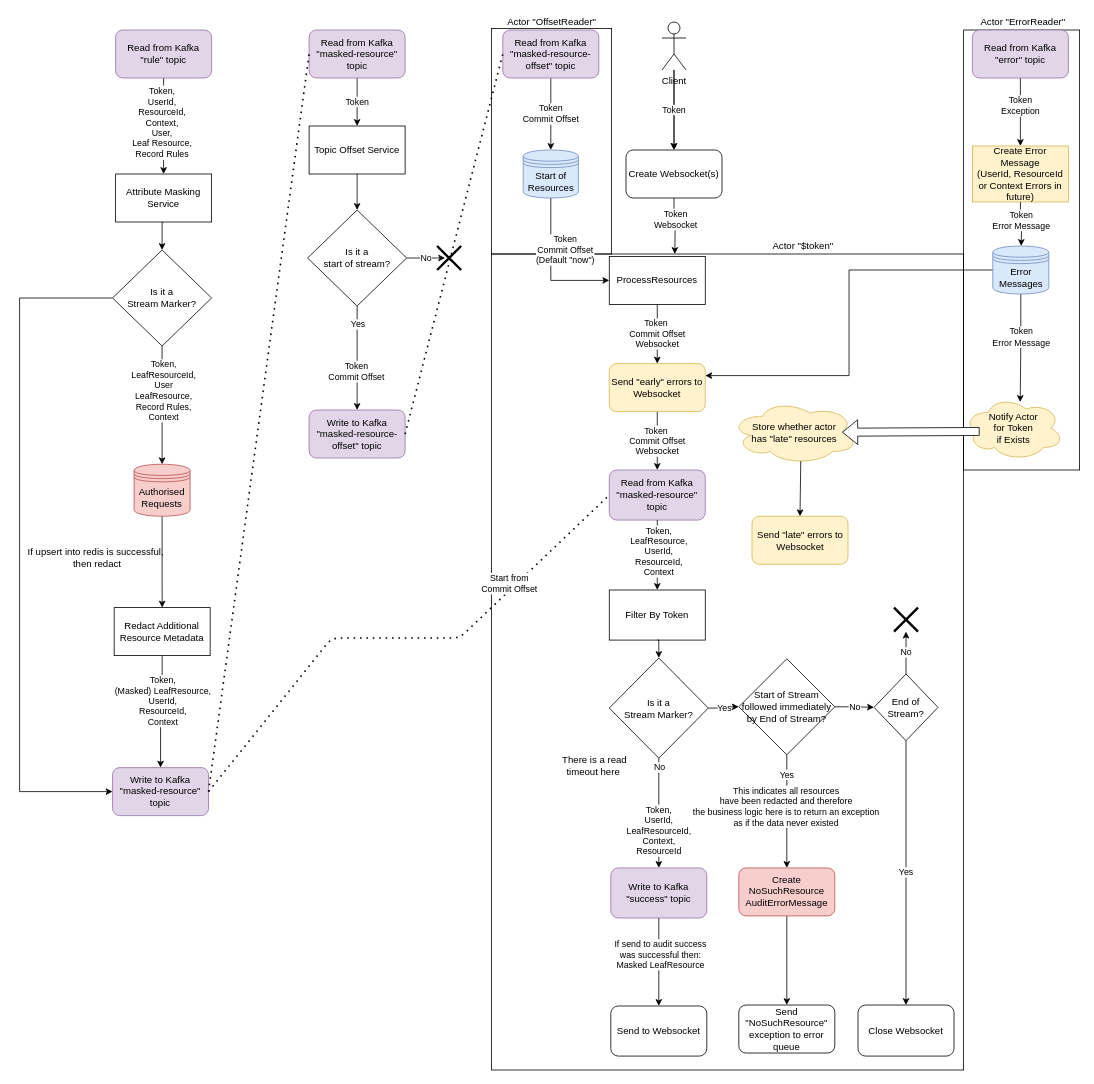
The draw.io diagram filtered-resource-service/doc/Filtered-Resource-Service-ML.drawio in gchq/Palisade-services, before the edit. Source tidied: cells renumbered, new cells numbered last; positions are measured from the earlier drawing's top-left corner, leaving out a move shared by most shapes. Both pictures are drawn from the tidied source at 80%, with x=0, y=0 at pixel (19, 14).
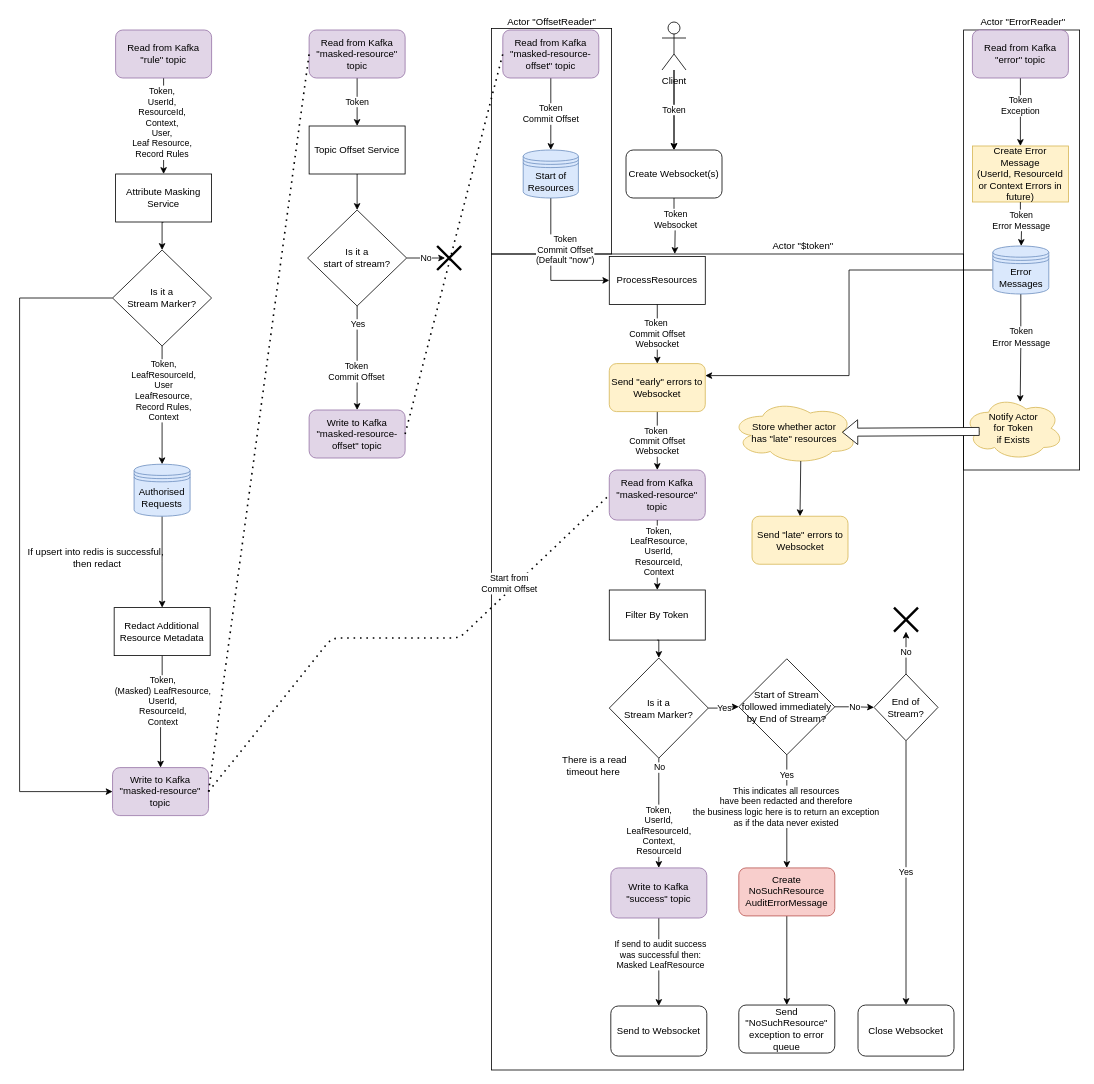
After the change.

What changed in the source:
```diff
@@
-    <mxCell id="35" value="Authorised Requests" style="shape=datastore;whiteSpace=wrap;html=1;fillColor=#f8cecc;strokeColor=#b85450;" parent="1" vertex="1">
+    <mxCell id="35" value="Authorised Requests" style="shape=datastore;whiteSpace=wrap;html=1;fillColor=#dae8fc;strokeColor=#6c8ebf;" parent="1" vertex="1">
       <mxGeometry x="143.1" y="562.8" width="70" height="65" as="geometry" />
     </mxCell>
```
